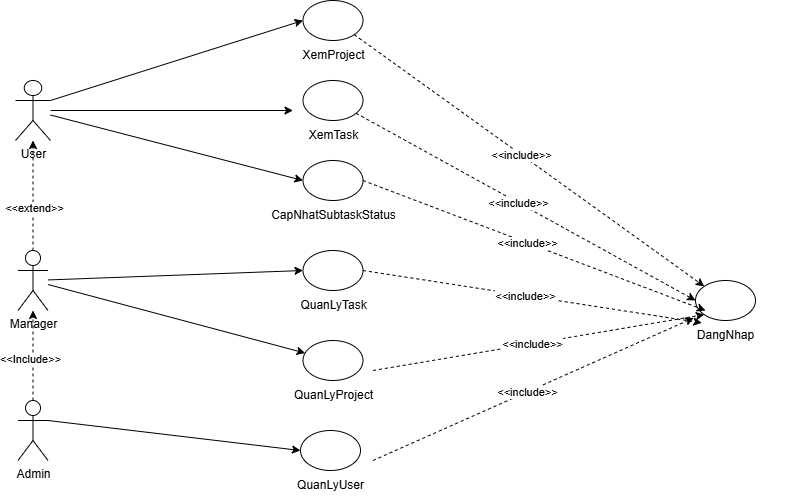
This is Báo Cáo/UC/college-UC Tong Quat.drawio.png from chickenlazy/college, a draw.io export, as it was before one commit. Source tidied: cells renumbered, new cells last; positions are measured from the earlier drawing's top-left corner, leaving out a move shared by most shapes.
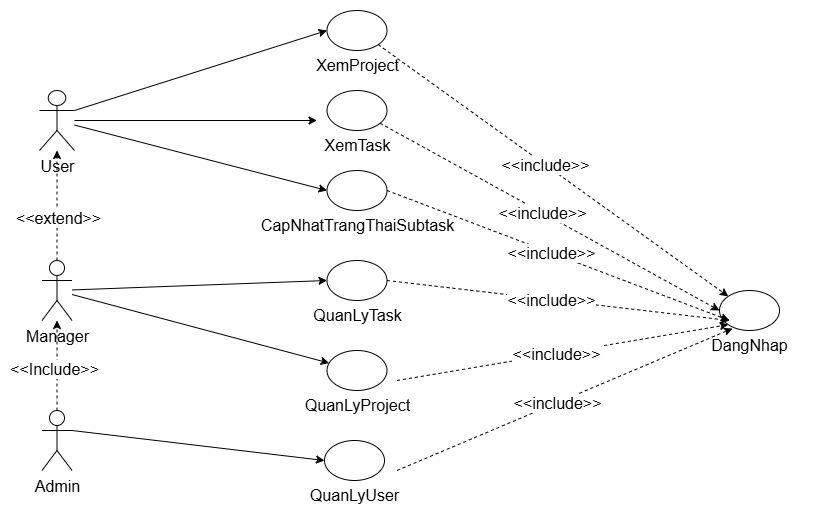
The same diagram one commit later.

What changed in the source:
```diff
@@ -2,152 +2,154 @@
   <root>
     <mxCell id="0" />
     <mxCell id="1" parent="0" />
-    <mxCell id="2" style="group;" parent="1" vertex="1">
+    <mxCell id="2" style="group;fontSize=16;" parent="1" vertex="1">
       <mxGeometry x="630" y="280" width="160" height="70" as="geometry" />
     </mxCell>
-    <mxCell id="3" style="ellipse;whiteSpace=wrap;html=1;" parent="2" vertex="1">
+    <mxCell id="3" style="ellipse;whiteSpace=wrap;html=1;fontSize=16;" parent="2" vertex="1">
       <mxGeometry x="50" width="60" height="40" as="geometry" />
     </mxCell>
-    <mxCell id="4" value="DangNhap" style="text;html=1;align=center;verticalAlign=middle;points=[];strokeColor=none;fillColor=none;" parent="2" vertex="1">
-      <mxGeometry x="40" y="40" width="80" height="30" as="geometry" />
+    <mxCell id="4" value="DangNhap" style="text;html=1;align=center;verticalAlign=middle;points=[];strokeColor=none;fillColor=none;fontSize=16;" parent="2" vertex="1">
+      <mxGeometry x="30" y="40" width="100" height="30" as="geometry" />
     </mxCell>
-    <mxCell id="5" style="edgeStyle=orthogonalEdgeStyle;rounded=0;jettySize=auto;html=1;dashed=1;" parent="1" edge="1" source="7" target="10">
+    <mxCell id="5" style="edgeStyle=orthogonalEdgeStyle;rounded=0;jettySize=auto;html=1;dashed=1;fontSize=16;" parent="1" edge="1" source="7" target="10">
       <mxGeometry relative="1" as="geometry" />
     </mxCell>
-    <mxCell id="6" value="&amp;lt;&amp;lt;Include&amp;gt;&amp;gt;" style="edgeLabel;html=1;align=center;verticalAlign=middle;" parent="5" vertex="1">
+    <mxCell id="6" value="&amp;lt;&amp;lt;Include&amp;gt;&amp;gt;" style="edgeLabel;html=1;align=center;verticalAlign=middle;fontSize=16;" parent="5" vertex="1">
       <mxGeometry x="-0.07" y="3" relative="1" as="geometry" />
     </mxCell>
-    <mxCell id="7" value="Admin&lt;div&gt;&lt;br&gt;&lt;/div&gt;" style="shape=umlActor;verticalLabelPosition=bottom;verticalAlign=top;html=1;outlineConnect=0;" parent="1" vertex="1">
+    <mxCell id="7" value="Admin&lt;div&gt;&lt;br&gt;&lt;/div&gt;" style="shape=umlActor;verticalLabelPosition=bottom;verticalAlign=top;html=1;outlineConnect=0;fontSize=16;" parent="1" vertex="1">
       <mxGeometry x="2.5" y="400" width="30" height="60" as="geometry" />
     </mxCell>
-    <mxCell id="8" style="edgeStyle=orthogonalEdgeStyle;rounded=0;jettySize=auto;html=1;dashed=1;" parent="1" edge="1" source="10" target="11">
+    <mxCell id="8" style="edgeStyle=orthogonalEdgeStyle;rounded=0;jettySize=auto;html=1;dashed=1;fontSize=16;" parent="1" edge="1" source="10" target="11">
       <mxGeometry relative="1" as="geometry" />
     </mxCell>
-    <mxCell id="9" value="&amp;lt;&amp;lt;extend&amp;gt;&amp;gt;" style="edgeLabel;html=1;align=center;verticalAlign=middle;" parent="8" vertex="1">
+    <mxCell id="9" value="&amp;lt;&amp;lt;extend&amp;gt;&amp;gt;" style="edgeLabel;html=1;align=center;verticalAlign=middle;fontSize=16;" parent="8" vertex="1">
       <mxGeometry x="-0.22" y="-1" relative="1" as="geometry" />
     </mxCell>
-    <mxCell id="10" value="Manager" style="shape=umlActor;verticalLabelPosition=bottom;verticalAlign=top;html=1;outlineConnect=0;" parent="1" vertex="1">
+    <mxCell id="10" value="Manager" style="shape=umlActor;verticalLabelPosition=bottom;verticalAlign=top;html=1;outlineConnect=0;fontSize=16;" parent="1" vertex="1">
       <mxGeometry x="2.5" y="250" width="30" height="60" as="geometry" />
     </mxCell>
-    <mxCell id="11" value="User" style="shape=umlActor;verticalLabelPosition=bottom;verticalAlign=top;html=1;outlineConnect=0;" parent="1" vertex="1">
+    <mxCell id="11" value="User" style="shape=umlActor;verticalLabelPosition=bottom;verticalAlign=top;html=1;outlineConnect=0;fontSize=16;" parent="1" vertex="1">
       <mxGeometry y="80" width="35" height="60" as="geometry" />
     </mxCell>
-    <mxCell id="12" style="group;flipH=0;flipV=0;" parent="1" vertex="1">
+    <mxCell id="12" style="group;flipH=0;flipV=0;fontSize=16;" parent="1" vertex="1">
       <mxGeometry x="237.5" width="160" height="70" as="geometry" />
     </mxCell>
-    <mxCell id="13" style="ellipse;whiteSpace=wrap;html=1;" parent="12" vertex="1">
+    <mxCell id="13" style="ellipse;whiteSpace=wrap;html=1;fontSize=16;" parent="12" vertex="1">
       <mxGeometry x="50" width="60" height="40" as="geometry" />
     </mxCell>
-    <mxCell id="14" value="XemProject" style="text;html=1;align=center;verticalAlign=middle;strokeColor=none;fillColor=none;" parent="12" vertex="1">
-      <mxGeometry x="35" y="40" width="90" height="30" as="geometry" />
+    <mxCell id="14" value="XemProject" style="text;html=1;align=center;verticalAlign=middle;strokeColor=none;fillColor=none;fontSize=16;" parent="12" vertex="1">
+      <mxGeometry x="25" y="40" width="110" height="30" as="geometry" />
     </mxCell>
-    <mxCell id="15" style="group;flipH=0;flipV=0;" parent="1" vertex="1">
+    <mxCell id="15" style="group;flipH=0;flipV=0;fontSize=16;" parent="1" vertex="1">
       <mxGeometry x="237.5" y="80" width="180" height="70" as="geometry" />
     </mxCell>
-    <mxCell id="16" style="ellipse;whiteSpace=wrap;html=1;" parent="15" vertex="1">
+    <mxCell id="16" style="ellipse;whiteSpace=wrap;html=1;fontSize=16;" parent="15" vertex="1">
       <mxGeometry x="50" width="60" height="40" as="geometry" />
     </mxCell>
-    <mxCell id="17" value="XemTask" style="text;html=1;align=center;verticalAlign=middle;strokeColor=none;fillColor=none;" parent="15" vertex="1">
-      <mxGeometry x="45" y="40" width="70" height="30" as="geometry" />
+    <mxCell id="17" value="XemTask" style="text;html=1;align=center;verticalAlign=middle;strokeColor=none;fillColor=none;fontSize=16;" parent="15" vertex="1">
+      <mxGeometry x="35" y="40" width="90" height="30" as="geometry" />
     </mxCell>
-    <mxCell id="18" style="group;" parent="1" vertex="1">
+    <mxCell id="18" style="group;fontSize=16;" parent="1" vertex="1">
       <mxGeometry x="237.5" y="340" width="160" height="70" as="geometry" />
     </mxCell>
-    <mxCell id="19" style="ellipse;whiteSpace=wrap;html=1;" parent="18" vertex="1">
+    <mxCell id="19" style="ellipse;whiteSpace=wrap;html=1;fontSize=16;" parent="18" vertex="1">
       <mxGeometry x="50" width="60" height="40" as="geometry" />
     </mxCell>
-    <mxCell id="20" value="QuanLyProject" style="text;html=1;align=center;verticalAlign=middle;strokeColor=none;fillColor=none;" parent="18" vertex="1">
-      <mxGeometry x="30" y="40" width="100" height="30" as="geometry" />
+    <mxCell id="20" value="QuanLyProject" style="text;html=1;align=center;verticalAlign=middle;strokeColor=none;fillColor=none;fontSize=16;" parent="18" vertex="1">
+      <mxGeometry x="15" y="40" width="130" height="30" as="geometry" />
     </mxCell>
-    <mxCell id="21" style="group;" parent="1" vertex="1">
+    <mxCell id="21" style="group;fontSize=16;" parent="1" vertex="1">
       <mxGeometry x="237.5" y="250" width="160" height="70" as="geometry" />
     </mxCell>
-    <mxCell id="22" style="ellipse;whiteSpace=wrap;html=1;" parent="21" vertex="1">
+    <mxCell id="22" style="ellipse;whiteSpace=wrap;html=1;fontSize=16;" parent="21" vertex="1">
       <mxGeometry x="50" width="60" height="40" as="geometry" />
     </mxCell>
-    <mxCell id="23" value="QuanLyTask" style="text;html=1;align=center;verticalAlign=middle;strokeColor=none;fillColor=none;" parent="21" vertex="1">
-      <mxGeometry x="35" y="40" width="90" height="30" as="geometry" />
+    <mxCell id="23" value="QuanLyTask" style="text;html=1;align=center;verticalAlign=middle;strokeColor=none;fillColor=none;fontSize=16;" parent="21" vertex="1">
+      <mxGeometry x="25" y="40" width="110" height="30" as="geometry" />
     </mxCell>
-    <mxCell id="24" style="group;" parent="1" vertex="1">
+    <mxCell id="24" style="group;fontSize=16;" parent="1" vertex="1">
       <mxGeometry x="235" y="430" width="160" height="70" as="geometry" />
     </mxCell>
-    <mxCell id="25" style="ellipse;whiteSpace=wrap;html=1;" parent="24" vertex="1">
+    <mxCell id="25" style="ellipse;whiteSpace=wrap;html=1;fontSize=16;" parent="24" vertex="1">
       <mxGeometry x="50" width="60" height="40" as="geometry" />
     </mxCell>
-    <mxCell id="26" value="QuanLyUser" style="text;html=1;align=center;verticalAlign=middle;strokeColor=none;fillColor=none;" parent="24" vertex="1">
-      <mxGeometry x="35" y="40" width="90" height="30" as="geometry" />
+    <mxCell id="26" value="QuanLyUser" style="text;html=1;align=center;verticalAlign=middle;strokeColor=none;fillColor=none;fontSize=16;" parent="24" vertex="1">
+      <mxGeometry x="25" y="40" width="110" height="30" as="geometry" />
     </mxCell>
-    <mxCell id="27" style="endArrow=classic;html=1;rounded=0;exitX=1;exitY=0.3333333333333333;exitDx=0;exitDy=0;exitPerimeter=0;" parent="1" edge="1" source="11">
+    <mxCell id="27" style="endArrow=classic;html=1;rounded=0;exitX=1;exitY=0.3333333333333333;exitDx=0;exitDy=0;exitPerimeter=0;fontSize=16;" parent="1" edge="1" source="11">
       <mxGeometry relative="1" as="geometry">
         <mxPoint x="287.5" y="20" as="targetPoint" />
       </mxGeometry>
     </mxCell>
-    <mxCell id="28" style="endArrow=classic;html=1;rounded=0;" parent="1" edge="1" source="11">
+    <mxCell id="28" style="endArrow=classic;html=1;rounded=0;fontSize=16;" parent="1" edge="1" source="11">
       <mxGeometry relative="1" as="geometry">
         <mxPoint x="277.5" y="110" as="targetPoint" />
       </mxGeometry>
     </mxCell>
-    <mxCell id="29" style="endArrow=classic;html=1;rounded=0;entryX=0;entryY=0.5;entryDx=0;entryDy=0;" parent="1" edge="1" source="10" target="22">
+    <mxCell id="29" style="endArrow=classic;html=1;rounded=0;entryX=0;entryY=0.5;entryDx=0;entryDy=0;fontSize=16;" parent="1" edge="1" source="10" target="22">
       <mxGeometry relative="1" as="geometry" />
     </mxCell>
-    <mxCell id="30" style="endArrow=classic;html=1;rounded=0;" parent="1" edge="1" source="10" target="19">
+    <mxCell id="30" style="endArrow=classic;html=1;rounded=0;fontSize=16;" parent="1" edge="1" source="10" target="19">
       <mxGeometry relative="1" as="geometry" />
     </mxCell>
-    <mxCell id="31" style="endArrow=classic;html=1;rounded=0;entryX=0;entryY=0.5;entryDx=0;entryDy=0;exitX=1;exitY=0.3333333333333333;exitDx=0;exitDy=0;exitPerimeter=0;" parent="1" edge="1" source="7" target="25">
+    <mxCell id="31" style="endArrow=classic;html=1;rounded=0;entryX=0;entryY=0.5;entryDx=0;entryDy=0;exitX=1;exitY=0.3333333333333333;exitDx=0;exitDy=0;exitPerimeter=0;fontSize=16;" parent="1" edge="1" source="7" target="25">
       <mxGeometry relative="1" as="geometry" />
     </mxCell>
-    <mxCell id="32" style="endArrow=classic;html=1;rounded=0;dashed=1;entryX=0;entryY=0;entryDx=0;entryDy=0;exitX=1;exitY=1;exitDx=0;exitDy=0;" parent="1" edge="1" source="13" target="3">
+    <mxCell id="32" style="endArrow=classic;html=1;rounded=0;dashed=1;entryX=0;entryY=0;entryDx=0;entryDy=0;exitX=1;exitY=1;exitDx=0;exitDy=0;fontSize=16;" parent="1" edge="1" source="13" target="3">
       <mxGeometry relative="1" as="geometry" />
     </mxCell>
-    <mxCell id="33" value="&amp;lt;&amp;lt;include&amp;gt;&amp;gt;" style="edgeLabel;html=1;align=center;verticalAlign=middle;" parent="32" vertex="1">
+    <mxCell id="33" value="&amp;lt;&amp;lt;include&amp;gt;&amp;gt;" style="edgeLabel;html=1;align=center;verticalAlign=middle;fontSize=16;" parent="32" vertex="1">
       <mxGeometry x="-0.04" relative="1" as="geometry" />
     </mxCell>
-    <mxCell id="34" style="endArrow=classic;html=1;rounded=0;dashed=1;entryX=0;entryY=0.5;entryDx=0;entryDy=0;" parent="1" edge="1" source="16" target="3">
+    <mxCell id="34" style="endArrow=classic;html=1;rounded=0;dashed=1;entryX=0;entryY=0.5;entryDx=0;entryDy=0;fontSize=16;" parent="1" edge="1" source="16" target="3">
       <mxGeometry relative="1" as="geometry" />
     </mxCell>
-    <mxCell id="35" value="&amp;lt;&amp;lt;include&amp;gt;&amp;gt;" style="edgeLabel;html=1;align=center;verticalAlign=middle;" parent="34" vertex="1">
+    <mxCell id="35" value="&amp;lt;&amp;lt;include&amp;gt;&amp;gt;" style="edgeLabel;html=1;align=center;verticalAlign=middle;fontSize=16;" parent="34" vertex="1">
       <mxGeometry x="-0.04" relative="1" as="geometry" />
     </mxCell>
-    <mxCell id="36" style="endArrow=classic;html=1;rounded=0;dashed=1;entryX=0;entryY=1;entryDx=0;entryDy=0;" parent="1" edge="1" target="3">
+    <mxCell id="36" style="endArrow=classic;html=1;rounded=0;dashed=1;entryX=0;entryY=1;entryDx=0;entryDy=0;fontSize=16;" parent="1" edge="1" target="3">
       <mxGeometry relative="1" as="geometry">
         <mxPoint x="357.5" y="370" as="sourcePoint" />
       </mxGeometry>
     </mxCell>
-    <mxCell id="37" value="&amp;lt;&amp;lt;include&amp;gt;&amp;gt;" style="edgeLabel;html=1;align=center;verticalAlign=middle;" parent="36" vertex="1">
+    <mxCell id="37" value="&amp;lt;&amp;lt;include&amp;gt;&amp;gt;" style="edgeLabel;html=1;align=center;verticalAlign=middle;fontSize=16;" parent="36" vertex="1">
       <mxGeometry x="-0.04" relative="1" as="geometry" />
     </mxCell>
-    <mxCell id="38" style="endArrow=classic;html=1;rounded=0;dashed=1;entryX=0.103;entryY=-0.086;entryDx=0;entryDy=0;entryPerimeter=0;" parent="1" edge="1" target="4">
+    <mxCell id="38" style="endArrow=classic;html=1;rounded=0;dashed=1;entryX=0.33;entryY=-0.067;entryDx=0;entryDy=0;entryPerimeter=0;fontSize=16;" parent="1" edge="1" target="4">
       <mxGeometry relative="1" as="geometry">
         <mxPoint x="357.5" y="460" as="sourcePoint" />
       </mxGeometry>
     </mxCell>
-    <mxCell id="39" value="&amp;lt;&amp;lt;include&amp;gt;&amp;gt;" style="edgeLabel;html=1;align=center;verticalAlign=middle;" parent="38" vertex="1">
+    <mxCell id="39" value="&amp;lt;&amp;lt;include&amp;gt;&amp;gt;" style="edgeLabel;html=1;align=center;verticalAlign=middle;fontSize=16;" parent="38" vertex="1">
       <mxGeometry x="-0.04" relative="1" as="geometry" />
     </mxCell>
-    <mxCell id="40" style="endArrow=classic;html=1;rounded=0;dashed=1;entryX=0.204;entryY=0.078;entryDx=0;entryDy=0;entryPerimeter=0;exitX=1;exitY=0.5;exitDx=0;exitDy=0;" parent="1" edge="1" source="22" target="4">
-      <mxGeometry relative="1" as="geometry" />
+    <mxCell id="40" style="endArrow=classic;html=1;rounded=0;dashed=1;exitX=1;exitY=0.5;exitDx=0;exitDy=0;fontSize=16;" parent="1" edge="1" source="22">
+      <mxGeometry relative="1" as="geometry">
+        <mxPoint x="690" y="310" as="targetPoint" />
+      </mxGeometry>
     </mxCell>
-    <mxCell id="41" value="&amp;lt;&amp;lt;include&amp;gt;&amp;gt;" style="edgeLabel;html=1;align=center;verticalAlign=middle;" parent="40" vertex="1">
+    <mxCell id="41" value="&amp;lt;&amp;lt;include&amp;gt;&amp;gt;" style="edgeLabel;html=1;align=center;verticalAlign=middle;fontSize=16;" parent="40" vertex="1">
       <mxGeometry x="-0.04" relative="1" as="geometry" />
     </mxCell>
-    <mxCell id="42" style="group;flipH=0;flipV=0;" parent="1" vertex="1">
-      <mxGeometry x="237.5" y="160" width="180" height="70" as="geometry" />
+    <mxCell id="42" style="group;flipH=0;flipV=0;fontSize=16;" parent="1" vertex="1">
+      <mxGeometry x="237.5" y="160" width="195" height="70" as="geometry" />
     </mxCell>
-    <mxCell id="43" style="ellipse;whiteSpace=wrap;html=1;" parent="42" vertex="1">
+    <mxCell id="43" style="ellipse;whiteSpace=wrap;html=1;fontSize=16;" parent="42" vertex="1">
       <mxGeometry x="50" width="60" height="40" as="geometry" />
     </mxCell>
-    <mxCell id="44" value="CapNhatSubtaskStatus" style="text;html=1;align=center;verticalAlign=middle;strokeColor=none;fillColor=none;" parent="42" vertex="1">
-      <mxGeometry x="5" y="40" width="150" height="30" as="geometry" />
+    <mxCell id="44" value="CapNhatTrangThaiSubtask" style="text;html=1;align=center;verticalAlign=middle;strokeColor=none;fillColor=none;fontSize=16;" parent="42" vertex="1">
+      <mxGeometry x="-30" y="40" width="220" height="30" as="geometry" />
     </mxCell>
-    <mxCell id="45" style="endArrow=classic;html=1;rounded=0;dashed=1;entryX=0;entryY=0.5;entryDx=0;entryDy=0;exitX=1;exitY=0.5;exitDx=0;exitDy=0;" parent="1" edge="1" source="43">
+    <mxCell id="45" style="endArrow=classic;html=1;rounded=0;dashed=1;entryX=0;entryY=0.5;entryDx=0;entryDy=0;exitX=1;exitY=0.5;exitDx=0;exitDy=0;fontSize=16;" parent="1" edge="1" source="43">
       <mxGeometry relative="1" as="geometry">
         <mxPoint x="690" y="310" as="targetPoint" />
       </mxGeometry>
     </mxCell>
-    <mxCell id="46" value="&amp;lt;&amp;lt;include&amp;gt;&amp;gt;" style="edgeLabel;html=1;align=center;verticalAlign=middle;" parent="45" vertex="1">
+    <mxCell id="46" value="&amp;lt;&amp;lt;include&amp;gt;&amp;gt;" style="edgeLabel;html=1;align=center;verticalAlign=middle;fontSize=16;" parent="45" vertex="1">
       <mxGeometry x="-0.04" relative="1" as="geometry" />
     </mxCell>
-    <mxCell id="47" style="endArrow=classic;html=1;rounded=0;entryX=0;entryY=0.5;entryDx=0;entryDy=0;" parent="1" edge="1" source="11" target="43">
+    <mxCell id="47" style="endArrow=classic;html=1;rounded=0;entryX=0;entryY=0.5;entryDx=0;entryDy=0;fontSize=16;" parent="1" edge="1" source="11" target="43">
       <mxGeometry relative="1" as="geometry" />
     </mxCell>
   </root>
```
